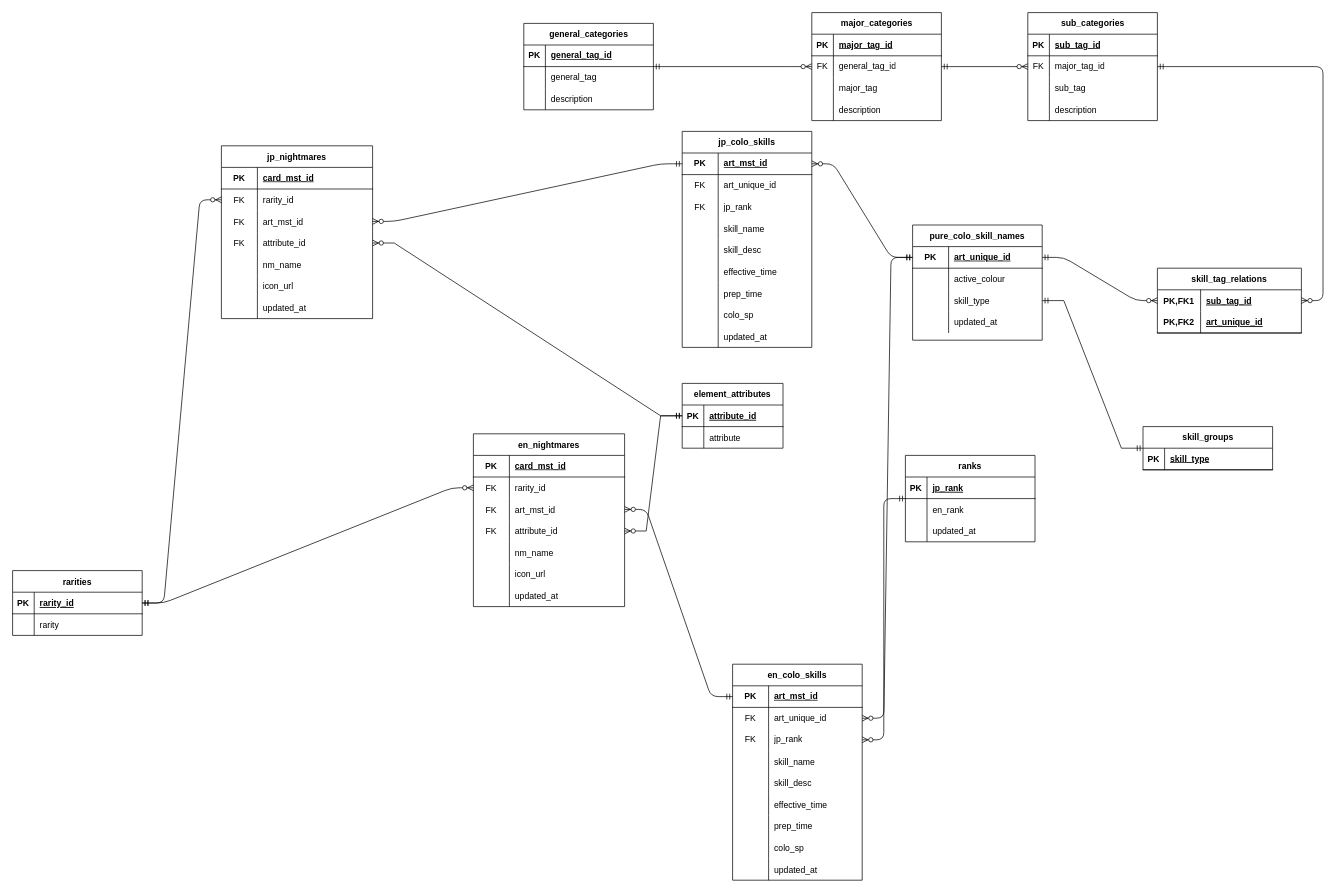
This is database/SINoALICE Nightmare Database(2).drawio from Anomalous-Sentiment/sinoalice-nightmare-sequencer, a draw.io file, before an edit. Source tidied: cells renumbered, new cells numbered last; positions are measured from the earlier drawing's top-left corner, leaving out a move shared by most shapes. Both pictures are drawn from the tidied source at 72%, with x=0, y=0 at pixel (12, 12).
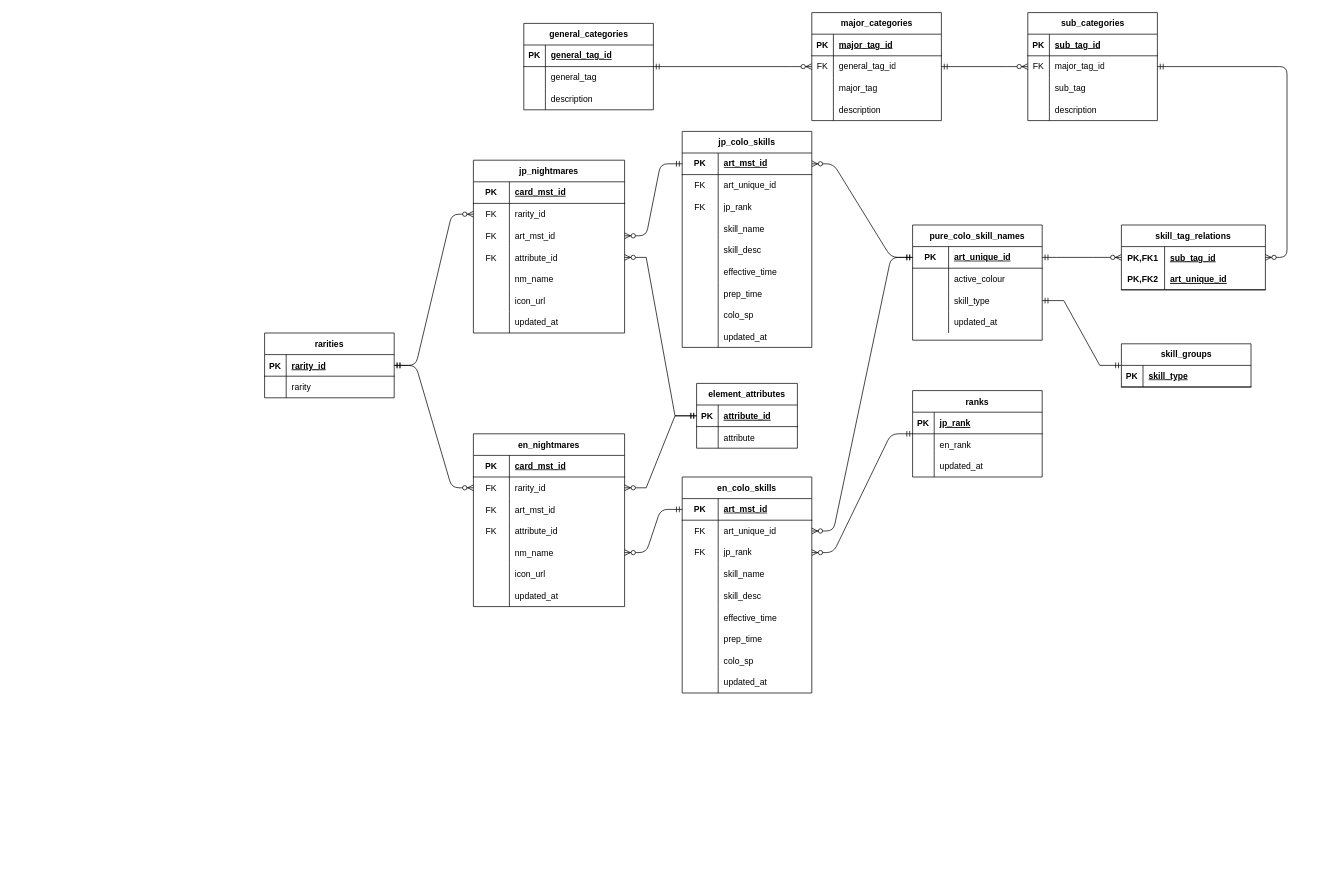
Above is the later version.

Commit message (it also covers changes not shown here):
Updated database diagrams

Unchanged cells that the change refers to:
```xml
<mxCell id="3" style="shape=tableRow;horizontal=0;startSize=0;swimlaneHead=0;swimlaneBody=0;fillColor=none;points=[[0,0.5],[1,0.5]];portConstraint=eastwest;top=0;left=0;right=0;bottom=1;" parent="2" vertex="1">
  <mxGeometry y="30" width="180" height="30" as="geometry" />
</mxCell>
<mxCell id="34" style="shape=tableRow;horizontal=0;startSize=0;swimlaneHead=0;swimlaneBody=0;fillColor=none;points=[[0,0.5],[1,0.5]];portConstraint=eastwest;top=0;left=0;right=0;bottom=0;" parent="30" vertex="1">
  <mxGeometry y="60" width="210" height="30" as="geometry" />
</mxCell>
<mxCell id="37" style="shape=tableRow;horizontal=0;startSize=0;swimlaneHead=0;swimlaneBody=0;fillColor=none;points=[[0,0.5],[1,0.5]];portConstraint=eastwest;top=0;left=0;right=0;bottom=0;" parent="30" vertex="1">
  <mxGeometry y="90" width="210" height="30" as="geometry" />
</mxCell>
<mxCell id="40" style="shape=tableRow;horizontal=0;startSize=0;swimlaneHead=0;swimlaneBody=0;fillColor=none;points=[[0,0.5],[1,0.5]];portConstraint=eastwest;top=0;left=0;right=0;bottom=0;" parent="30" vertex="1">
  <mxGeometry y="120" width="210" height="30" as="geometry" />
</mxCell>
<mxCell id="43" style="shape=tableRow;horizontal=0;startSize=0;swimlaneHead=0;swimlaneBody=0;fillColor=none;points=[[0,0.5],[1,0.5]];portConstraint=eastwest;top=0;left=0;right=0;bottom=0;" parent="30" vertex="1">
  <mxGeometry y="150" width="210" height="30" as="geometry" />
</mxCell>
```

Change to the diagram source:
```diff
@@
     <mxCell id="2" value="en_colo_skills" style="shape=table;startSize=30;childLayout=tableLayout;rowLines=0;fontStyle=1;align=center;" parent="1" vertex="1">
-      <mxGeometry x="1000" y="905" width="180" height="300" as="geometry" />
+      <mxGeometry x="930" y="645" width="180" height="300" as="geometry" />
     </mxCell>
@@
     <mxCell id="52" value="element_attributes" style="shape=table;startSize=30;childLayout=tableLayout;rowLines=0;fontStyle=1;align=center;" parent="1" vertex="1">
-      <mxGeometry x="930" y="515" width="140" height="90" as="geometry" />
+      <mxGeometry x="950" y="515" width="140" height="90" as="geometry" />
     </mxCell>
@@
-    <mxCell id="59" style="edgeStyle=entityRelationEdgeStyle;fontSize=12;html=1;endArrow=ERzeroToMany;startArrow=ERmandOne;rounded=0;" parent="1" edge="1" source="52" target="40">
+    <mxCell id="59" style="edgeStyle=entityRelationEdgeStyle;fontSize=12;html=1;endArrow=ERzeroToMany;startArrow=ERmandOne;rounded=0;" parent="1" edge="1" source="52" target="34">
       <mxGeometry relative="1" as="geometry" />
     </mxCell>
     <mxCell id="60" value="skill_tag_relations" style="shape=table;startSize=30;childLayout=tableLayout;rowLines=0;fontStyle=1;align=center;" parent="1" vertex="1">
-      <mxGeometry x="1590" y="355" width="200" height="90" as="geometry" />
+      <mxGeometry x="1540" y="295" width="200" height="90" as="geometry" />
     </mxCell>
@@
     <mxCell id="67" value="ranks" style="shape=table;startSize=30;childLayout=tableLayout;rowLines=0;fontStyle=1;align=center;" parent="1" vertex="1">
-      <mxGeometry x="1240" y="615" width="180" height="120" as="geometry" />
+      <mxGeometry x="1250" y="525" width="180" height="120" as="geometry" />
     </mxCell>
@@
     <mxCell id="77" value="rarities" style="shape=table;startSize=30;childLayout=tableLayout;rowLines=0;fontStyle=1;align=center;" parent="1" vertex="1">
-      <mxGeometry y="775" width="180" height="90" as="geometry" />
+      <mxGeometry x="350" y="445" width="180" height="90" as="geometry" />
     </mxCell>
@@
-    <mxCell id="86" style="edgeStyle=entityRelationEdgeStyle;fontSize=12;html=1;endArrow=ERzeroToMany;startArrow=ERmandOne;" parent="1" edge="1" source="3" target="37">
+    <mxCell id="86" style="edgeStyle=entityRelationEdgeStyle;fontSize=12;html=1;endArrow=ERzeroToMany;startArrow=ERmandOne;entryX=1;entryY=0.5;entryDx=0;entryDy=0;" parent="1" edge="1" source="3" target="43">
       <mxGeometry relative="1" as="geometry" />
     </mxCell>
@@
     <mxCell id="141" value="skill_groups" style="shape=table;startSize=30;childLayout=tableLayout;rowLines=0;fontStyle=1;align=center;html=1;" parent="1" vertex="1">
-      <mxGeometry x="1570" y="575" width="180" height="60" as="geometry" />
+      <mxGeometry x="1540" y="460" width="180" height="60" as="geometry" />
     </mxCell>
@@
     <mxCell id="174" value="jp_nightmares" style="shape=table;startSize=30;childLayout=tableLayout;rowLines=0;fontStyle=1;align=center;" parent="1" vertex="1">
-      <mxGeometry x="290" y="185" width="210" height="240" as="geometry" />
+      <mxGeometry x="640" y="205" width="210" height="240" as="geometry" />
     </mxCell>
```
